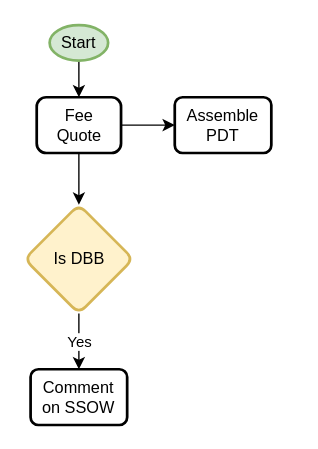
benstanfish/Diagrams keeps this draw.io diagram as Workflows.drawio. Above is the earlier version. Source tidied: cells renumbered, new cells numbered last; positions are measured from the earlier drawing's top-left corner, leaving out a move shared by most shapes. Both pictures are drawn from the tidied source at 136%, with x=0, y=0 at pixel (23, 24).
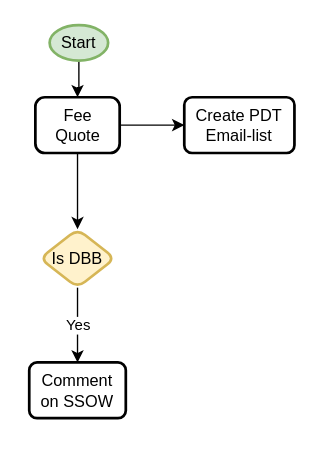
The same diagram, later.

What changed in the source:
```diff
@@
 <mxGraphModel>
   <root>
     <mxCell id="0" />
     <mxCell id="1" parent="0" />
     <mxCell id="2" style="edgeStyle=orthogonalEdgeStyle;rounded=0;jettySize=auto;html=1;entryX=0.5;entryY=0;entryDx=0;entryDy=0;" parent="1" edge="1" source="3" target="6">
       <mxGeometry relative="1" as="geometry" />
     </mxCell>
     <mxCell id="3" value="Start" style="strokeWidth=2;html=1;shape=mxgraph.flowchart.start_1;whiteSpace=wrap;fillColor=#d5e8d4;strokeColor=#82b366;" parent="1" vertex="1">
       <mxGeometry x="19" width="43" height="26" as="geometry" />
     </mxCell>
     <mxCell id="4" style="edgeStyle=orthogonalEdgeStyle;rounded=0;jettySize=auto;html=1;" parent="1" edge="1" source="6" target="7">
       <mxGeometry relative="1" as="geometry" />
     </mxCell>
     <mxCell id="5" style="edgeStyle=orthogonalEdgeStyle;rounded=0;jettySize=auto;html=1;" parent="1" edge="1" source="6" target="9">
       <mxGeometry relative="1" as="geometry" />
     </mxCell>
     <mxCell id="6" value="Fee&lt;div&gt;Quote&lt;/div&gt;" style="rounded=1;whiteSpace=wrap;html=1;absoluteArcSize=1;arcSize=14;strokeWidth=2;" parent="1" vertex="1">
-      <mxGeometry x="9.5" y="53" width="62" height="41" as="geometry" />
+      <mxGeometry x="8.5" y="53" width="62" height="41" as="geometry" />
     </mxCell>
-    <mxCell id="7" value="Assemble&lt;div&gt;PDT&lt;/div&gt;" style="whiteSpace=wrap;html=1;rounded=1;arcSize=14;strokeWidth=2;" parent="1" vertex="1">
-      <mxGeometry x="111" y="53" width="71" height="41" as="geometry" />
+    <mxCell id="7" value="Create PDT&lt;div&gt;Email-list&lt;/div&gt;" style="whiteSpace=wrap;html=1;rounded=1;arcSize=14;strokeWidth=2;" parent="1" vertex="1">
+      <mxGeometry x="118" y="53" width="81" height="41" as="geometry" />
     </mxCell>
     <mxCell id="8" value="Yes" style="edgeStyle=orthogonalEdgeStyle;rounded=0;jettySize=auto;html=1;" parent="1" edge="1" source="9" target="10">
       <mxGeometry relative="1" as="geometry" />
     </mxCell>
     <mxCell id="9" value="Is DBB" style="rhombus;whiteSpace=wrap;html=1;rounded=1;arcSize=14;strokeWidth=2;fillColor=#fff2cc;strokeColor=#d6b656;" parent="1" vertex="1">
-      <mxGeometry x="0.5" y="132" width="80" height="80" as="geometry" />
+      <mxGeometry x="12" y="150" width="55" height="43" as="geometry" />
     </mxCell>
     <mxCell id="10" value="Comment&lt;div&gt;on SSOW&lt;/div&gt;" style="whiteSpace=wrap;html=1;rounded=1;arcSize=14;strokeWidth=2;" parent="1" vertex="1">
-      <mxGeometry x="5" y="253" width="71" height="41" as="geometry" />
+      <mxGeometry x="4" y="248" width="71" height="41" as="geometry" />
     </mxCell>
   </root>
 </mxGraphModel>
```
